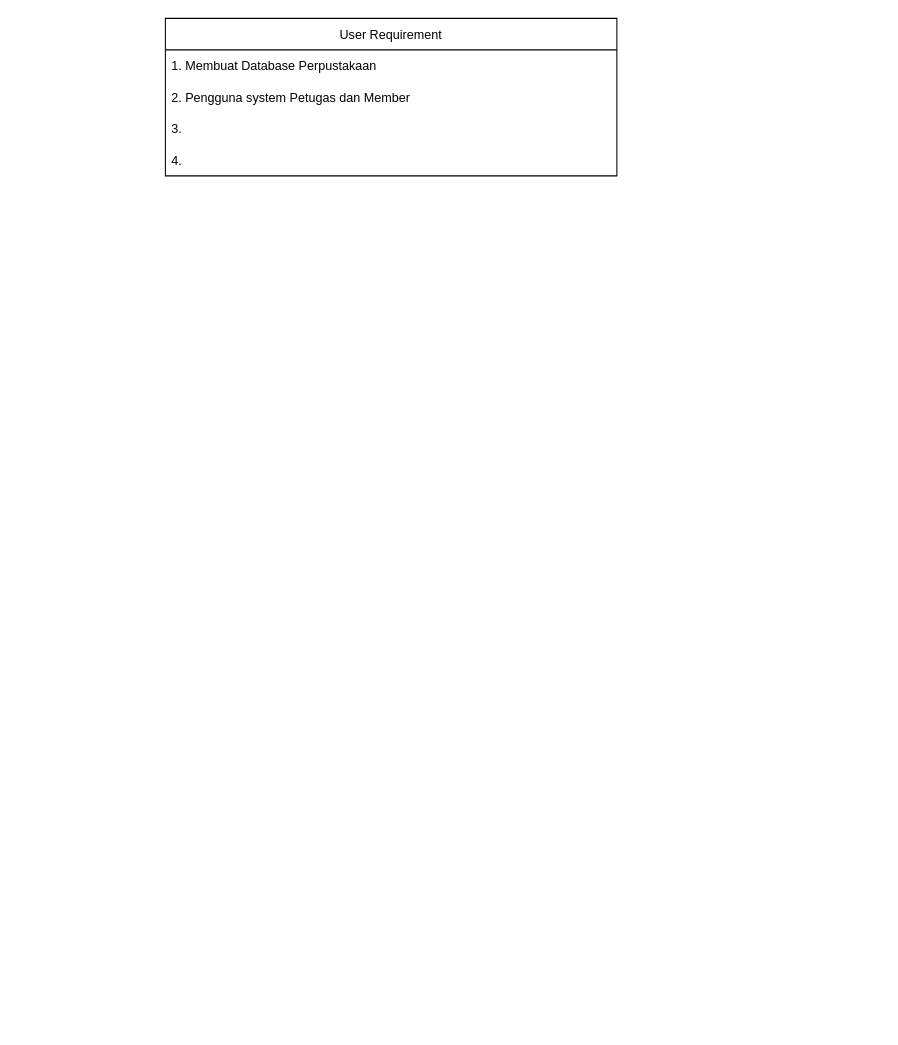
Above: Entity Relationship Diagram.drawio in Ftobiansyah123/ansi-uts (draw.io), before the change. Source tidied: cells renumbered, new cells numbered last; positions are measured from the earlier drawing's top-left corner, leaving out a move shared by most shapes. Both pictures are drawn from the tidied source at 105%, with x=0, y=0 at pixel (165, 18).
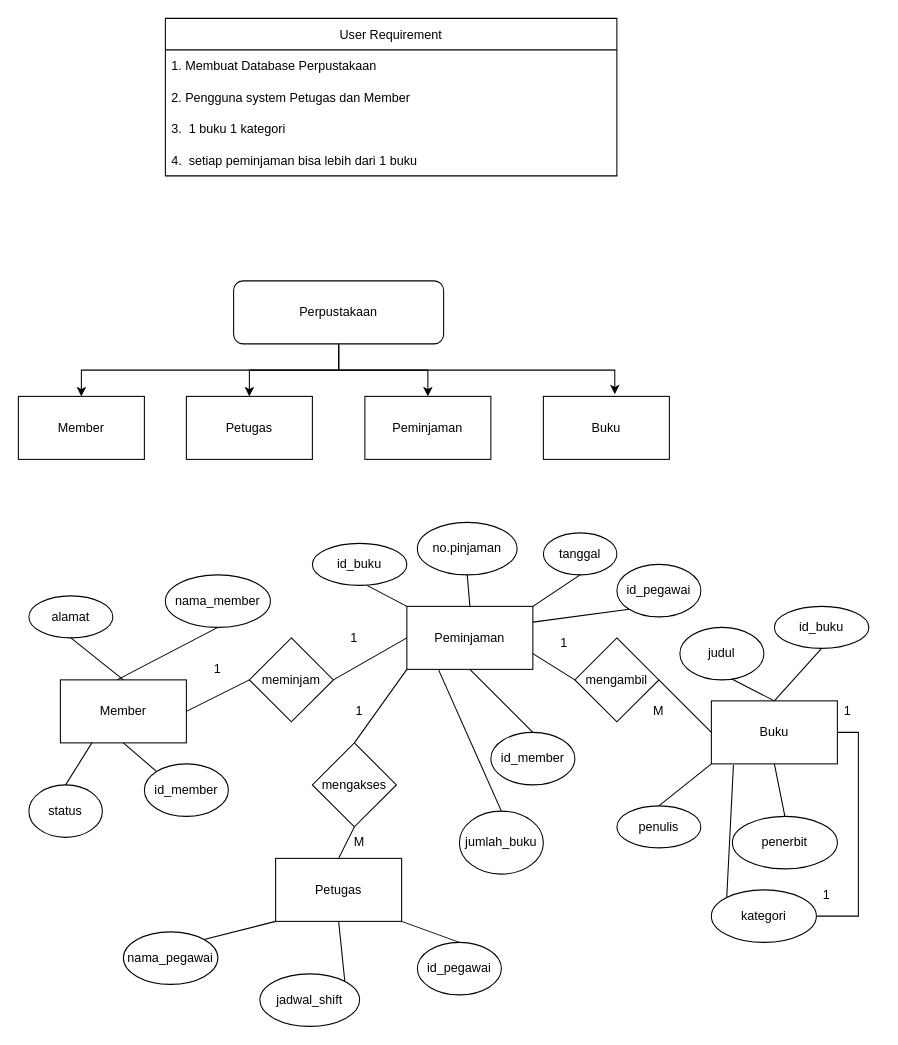
Above is the later version.

The change refers to these unchanged cells:
```xml
<mxCell id="2" value="User Requirement" style="swimlane;fontStyle=0;horizontal=1;startSize=30;fontColor=default;fillColor=default;strokeColor=default;" parent="1" vertex="1">
  <mxGeometry width="430" height="150" as="geometry" />
</mxCell>
```

What changed in the source:
```diff
@@
-    <mxCell id="5" value="3.    " style="text;strokeColor=none;fillColor=none;align=left;verticalAlign=middle;spacingLeft=4;spacingRight=4;overflow=hidden;fontColor=default;" parent="2" vertex="1">
+    <mxCell id="5" value="3.  1 buku 1 kategori" style="text;strokeColor=none;fillColor=none;align=left;verticalAlign=middle;spacingLeft=4;spacingRight=4;overflow=hidden;fontColor=default;" parent="2" vertex="1">
       <mxGeometry y="90" width="430" height="30" as="geometry" />
     </mxCell>
-    <mxCell id="6" value="4.    " style="text;strokeColor=none;fillColor=none;align=left;verticalAlign=middle;spacingLeft=4;spacingRight=4;overflow=hidden;fontColor=default;" parent="2" vertex="1">
+    <mxCell id="6" value="4.  setiap peminjaman bisa lebih dari 1 buku" style="text;strokeColor=none;fillColor=none;align=left;verticalAlign=middle;spacingLeft=4;spacingRight=4;overflow=hidden;fontColor=default;" parent="2" vertex="1">
       <mxGeometry y="120" width="430" height="30" as="geometry" />
     </mxCell>
+    <mxCell id="7" style="edgeStyle=orthogonalEdgeStyle;rounded=0;jettySize=auto;html=1;exitX=0.5;exitY=1;exitDx=0;exitDy=0;entryX=0.5;entryY=0;entryDx=0;entryDy=0;fontColor=default;" parent="1" edge="1" source="11" target="12">
+      <mxGeometry relative="1" as="geometry" />
+    </mxCell>
+    <mxCell id="8" style="edgeStyle=orthogonalEdgeStyle;rounded=0;jettySize=auto;html=1;exitX=0.5;exitY=1;exitDx=0;exitDy=0;entryX=0.5;entryY=0;entryDx=0;entryDy=0;fontColor=default;" parent="1" edge="1" source="11" target="13">
+      <mxGeometry relative="1" as="geometry" />
+    </mxCell>
+    <mxCell id="9" style="edgeStyle=orthogonalEdgeStyle;rounded=0;jettySize=auto;html=1;exitX=0.5;exitY=1;exitDx=0;exitDy=0;entryX=0.5;entryY=0;entryDx=0;entryDy=0;fontColor=default;" parent="1" edge="1" source="11" target="14">
+      <mxGeometry relative="1" as="geometry" />
+    </mxCell>
+    <mxCell id="10" style="edgeStyle=orthogonalEdgeStyle;rounded=0;jettySize=auto;html=1;exitX=0.5;exitY=1;exitDx=0;exitDy=0;entryX=0.567;entryY=-0.033;entryDx=0;entryDy=0;entryPerimeter=0;fontColor=default;" parent="1" edge="1" source="11" target="15">
+      <mxGeometry relative="1" as="geometry" />
+    </mxCell>
+    <mxCell id="11" value="Perpustakaan" style="rounded=1;whiteSpace=wrap;html=1;fontColor=default;fillColor=default;strokeColor=default;" parent="1" vertex="1">
+      <mxGeometry x="65" y="250" width="200" height="60" as="geometry" />
+    </mxCell>
+    <mxCell id="12" value="Member" style="rounded=0;whiteSpace=wrap;html=1;fontColor=default;strokeColor=default;fillColor=default;" parent="1" vertex="1">
+      <mxGeometry x="-140" y="360" width="120" height="60" as="geometry" />
+    </mxCell>
+    <mxCell id="13" value="Petugas" style="rounded=0;whiteSpace=wrap;html=1;fontColor=default;strokeColor=default;fillColor=default;" parent="1" vertex="1">
+      <mxGeometry x="20" y="360" width="120" height="60" as="geometry" />
+    </mxCell>
+    <mxCell id="14" value="Peminjaman" style="rounded=0;whiteSpace=wrap;html=1;fontColor=default;strokeColor=default;fillColor=default;" parent="1" vertex="1">
+      <mxGeometry x="190" y="360" width="120" height="60" as="geometry" />
+    </mxCell>
+    <mxCell id="15" value="Buku" style="rounded=0;whiteSpace=wrap;html=1;fontColor=default;strokeColor=default;fillColor=default;" parent="1" vertex="1">
+      <mxGeometry x="360" y="360" width="120" height="60" as="geometry" />
+    </mxCell>
+    <mxCell id="16" value="Member" style="rounded=0;whiteSpace=wrap;html=1;fontColor=default;strokeColor=default;fillColor=default;" parent="1" vertex="1">
+      <mxGeometry x="-100" y="630" width="120" height="60" as="geometry" />
+    </mxCell>
+    <mxCell id="17" value="Petugas" style="rounded=0;whiteSpace=wrap;html=1;fontColor=default;strokeColor=default;fillColor=default;" parent="1" vertex="1">
+      <mxGeometry x="105" y="800" width="120" height="60" as="geometry" />
+    </mxCell>
+    <mxCell id="18" value="Peminjaman" style="rounded=0;whiteSpace=wrap;html=1;fontColor=default;strokeColor=default;fillColor=default;" parent="1" vertex="1">
+      <mxGeometry x="230" y="560" width="120" height="60" as="geometry" />
+    </mxCell>
+    <mxCell id="19" value="Buku" style="rounded=0;whiteSpace=wrap;html=1;fontColor=default;strokeColor=default;fillColor=default;" parent="1" vertex="1">
+      <mxGeometry x="520" y="650" width="120" height="60" as="geometry" />
+    </mxCell>
+    <mxCell id="20" value="id_member" style="ellipse;whiteSpace=wrap;html=1;fontColor=default;strokeColor=default;fillColor=default;" parent="1" vertex="1">
+      <mxGeometry x="-20" y="710" width="80" height="50" as="geometry" />
+    </mxCell>
+    <mxCell id="21" style="endArrow=none;html=1;rounded=0;fontColor=default;entryX=0;entryY=0;entryDx=0;entryDy=0;strokeColor=default;labelBackgroundColor=default;exitX=0.5;exitY=1;exitDx=0;exitDy=0;" parent="1" edge="1" source="16" target="20">
+      <mxGeometry relative="1" as="geometry" />
+    </mxCell>
+    <mxCell id="22" value="nama_member" style="ellipse;whiteSpace=wrap;html=1;fontColor=default;strokeColor=default;fillColor=default;" parent="1" vertex="1">
+      <mxGeometry y="530" width="100" height="50" as="geometry" />
+    </mxCell>
+    <mxCell id="23" style="endArrow=none;html=1;rounded=0;labelBackgroundColor=default;fontColor=default;strokeColor=default;entryX=0.5;entryY=1;entryDx=0;entryDy=0;exitX=0.45;exitY=0;exitDx=0;exitDy=0;exitPerimeter=0;" parent="1" edge="1" source="16" target="22">
+      <mxGeometry relative="1" as="geometry" />
+    </mxCell>
+    <mxCell id="24" value="alamat" style="ellipse;whiteSpace=wrap;html=1;fontColor=default;strokeColor=default;fillColor=default;" parent="1" vertex="1">
+      <mxGeometry x="-130" y="550" width="80" height="40" as="geometry" />
+    </mxCell>
+    <mxCell id="25" value="status" style="ellipse;whiteSpace=wrap;html=1;fontColor=default;strokeColor=default;fillColor=default;" parent="1" vertex="1">
+      <mxGeometry x="-130" y="730" width="70" height="50" as="geometry" />
+    </mxCell>
+    <mxCell id="26" style="endArrow=none;html=1;rounded=0;labelBackgroundColor=default;fontColor=default;strokeColor=default;entryX=0.25;entryY=1;entryDx=0;entryDy=0;exitX=0.5;exitY=0;exitDx=0;exitDy=0;" parent="1" edge="1" source="25" target="16">
+      <mxGeometry relative="1" as="geometry" />
+    </mxCell>
+    <mxCell id="27" style="endArrow=none;html=1;rounded=0;labelBackgroundColor=default;fontColor=default;strokeColor=default;entryX=0.5;entryY=1;entryDx=0;entryDy=0;exitX=0.5;exitY=0;exitDx=0;exitDy=0;" parent="1" edge="1" source="16" target="24">
+      <mxGeometry relative="1" as="geometry" />
+    </mxCell>
+    <mxCell id="28" value="id_pegawai" style="ellipse;whiteSpace=wrap;html=1;fontColor=default;strokeColor=default;fillColor=default;" parent="1" vertex="1">
+      <mxGeometry x="240" y="880" width="80" height="50" as="geometry" />
+    </mxCell>
+    <mxCell id="29" value="nama_pegawai" style="ellipse;whiteSpace=wrap;html=1;fontColor=default;strokeColor=default;fillColor=default;" parent="1" vertex="1">
+      <mxGeometry x="-40" y="870" width="90" height="50" as="geometry" />
+    </mxCell>
+    <mxCell id="30" value="jadwal_shift" style="ellipse;whiteSpace=wrap;html=1;fontColor=default;strokeColor=default;fillColor=default;" parent="1" vertex="1">
+      <mxGeometry x="90" y="910" width="95" height="50" as="geometry" />
+    </mxCell>
+    <mxCell id="31" style="endArrow=none;html=1;rounded=0;labelBackgroundColor=default;fontColor=default;strokeColor=default;entryX=0;entryY=1;entryDx=0;entryDy=0;exitX=1;exitY=0;exitDx=0;exitDy=0;" parent="1" edge="1" source="29" target="17">
+      <mxGeometry relative="1" as="geometry" />
+    </mxCell>
+    <mxCell id="32" style="endArrow=none;html=1;rounded=0;labelBackgroundColor=default;fontColor=default;strokeColor=default;entryX=0.5;entryY=1;entryDx=0;entryDy=0;exitX=1;exitY=0;exitDx=0;exitDy=0;" parent="1" edge="1" source="30" target="17">
+      <mxGeometry relative="1" as="geometry" />
+    </mxCell>
+    <mxCell id="33" style="endArrow=none;html=1;rounded=0;labelBackgroundColor=default;fontColor=default;strokeColor=default;entryX=1;entryY=1;entryDx=0;entryDy=0;exitX=0.5;exitY=0;exitDx=0;exitDy=0;" parent="1" edge="1" source="28" target="17">
+      <mxGeometry relative="1" as="geometry" />
+    </mxCell>
+    <mxCell id="34" value="no.pinjaman" style="ellipse;whiteSpace=wrap;html=1;fontColor=default;strokeColor=default;fillColor=default;" parent="1" vertex="1">
+      <mxGeometry x="240" y="480" width="95" height="50" as="geometry" />
+    </mxCell>
+    <mxCell id="35" value="tanggal" style="ellipse;whiteSpace=wrap;html=1;fontColor=default;strokeColor=default;fillColor=default;" parent="1" vertex="1">
+      <mxGeometry x="360" y="490" width="70" height="40" as="geometry" />
+    </mxCell>
+    <mxCell id="36" value="jumlah_buku" style="ellipse;whiteSpace=wrap;html=1;fontColor=default;strokeColor=default;fillColor=default;" parent="1" vertex="1">
+      <mxGeometry x="280" y="755" width="80" height="60" as="geometry" />
+    </mxCell>
+    <mxCell id="37" value="id_pegawai" style="ellipse;whiteSpace=wrap;html=1;fontColor=default;strokeColor=default;fillColor=default;" parent="1" vertex="1">
+      <mxGeometry x="430" y="520" width="80" height="50" as="geometry" />
+    </mxCell>
+    <mxCell id="38" value="id_member" style="ellipse;whiteSpace=wrap;html=1;fontColor=default;strokeColor=default;fillColor=default;" parent="1" vertex="1">
+      <mxGeometry x="310" y="680" width="80" height="50" as="geometry" />
+    </mxCell>
+    <mxCell id="39" value="id_buku" style="ellipse;whiteSpace=wrap;html=1;fontColor=default;strokeColor=default;fillColor=default;" parent="1" vertex="1">
+      <mxGeometry x="580" y="560" width="90" height="40" as="geometry" />
+    </mxCell>
+    <mxCell id="40" value="id_buku" style="ellipse;whiteSpace=wrap;html=1;fontColor=default;strokeColor=default;fillColor=default;" parent="1" vertex="1">
+      <mxGeometry x="140" y="500" width="90" height="40" as="geometry" />
+    </mxCell>
+    <mxCell id="41" value="judul" style="ellipse;whiteSpace=wrap;html=1;fontColor=default;strokeColor=default;fillColor=default;" parent="1" vertex="1">
+      <mxGeometry x="490" y="580" width="80" height="50" as="geometry" />
+    </mxCell>
+    <mxCell id="42" value="penulis" style="ellipse;whiteSpace=wrap;html=1;fontColor=default;strokeColor=default;fillColor=default;" parent="1" vertex="1">
+      <mxGeometry x="430" y="750" width="80" height="40" as="geometry" />
+    </mxCell>
+    <mxCell id="43" value="penerbit" style="ellipse;whiteSpace=wrap;html=1;fontColor=default;strokeColor=default;fillColor=default;" parent="1" vertex="1">
+      <mxGeometry x="540" y="760" width="100" height="50" as="geometry" />
+    </mxCell>
+    <mxCell id="44" value="kategori" style="ellipse;whiteSpace=wrap;html=1;fontColor=default;strokeColor=default;fillColor=default;" parent="1" vertex="1">
+      <mxGeometry x="520" y="830" width="100" height="50" as="geometry" />
+    </mxCell>
+    <mxCell id="45" style="endArrow=none;html=1;rounded=0;labelBackgroundColor=default;fontColor=default;strokeColor=default;entryX=0.5;entryY=1;entryDx=0;entryDy=0;exitX=0.5;exitY=0;exitDx=0;exitDy=0;" parent="1" edge="1" source="38" target="18">
+      <mxGeometry relative="1" as="geometry" />
+    </mxCell>
+    <mxCell id="46" style="endArrow=none;html=1;rounded=0;labelBackgroundColor=default;fontColor=default;strokeColor=default;entryX=0.25;entryY=1;entryDx=0;entryDy=0;exitX=0.5;exitY=0;exitDx=0;exitDy=0;" parent="1" edge="1" source="36" target="18">
+      <mxGeometry relative="1" as="geometry" />
+    </mxCell>
+    <mxCell id="47" style="endArrow=none;html=1;rounded=0;labelBackgroundColor=default;fontColor=default;strokeColor=default;entryX=0;entryY=1;entryDx=0;entryDy=0;exitX=1;exitY=0.25;exitDx=0;exitDy=0;" parent="1" edge="1" source="18" target="37">
+      <mxGeometry relative="1" as="geometry" />
+    </mxCell>
+    <mxCell id="48" style="endArrow=none;html=1;rounded=0;labelBackgroundColor=default;fontColor=default;strokeColor=default;entryX=0.5;entryY=1;entryDx=0;entryDy=0;exitX=1;exitY=0;exitDx=0;exitDy=0;" parent="1" edge="1" source="18" target="35">
+      <mxGeometry relative="1" as="geometry" />
+    </mxCell>
+    <mxCell id="49" style="endArrow=none;html=1;rounded=0;labelBackgroundColor=default;fontColor=default;strokeColor=default;entryX=0.5;entryY=1;entryDx=0;entryDy=0;exitX=0.5;exitY=0;exitDx=0;exitDy=0;" parent="1" edge="1" source="18" target="34">
+      <mxGeometry relative="1" as="geometry" />
+    </mxCell>
+    <mxCell id="50" style="endArrow=none;html=1;rounded=0;labelBackgroundColor=default;fontColor=default;strokeColor=default;entryX=0.578;entryY=1;entryDx=0;entryDy=0;exitX=0;exitY=0;exitDx=0;exitDy=0;entryPerimeter=0;" parent="1" edge="1" source="18" target="40">
+      <mxGeometry relative="1" as="geometry" />
+    </mxCell>
+    <mxCell id="51" style="endArrow=none;html=1;rounded=0;labelBackgroundColor=default;fontColor=default;strokeColor=default;entryX=0.5;entryY=0;entryDx=0;entryDy=0;exitX=0;exitY=1;exitDx=0;exitDy=0;" parent="1" edge="1" source="19" target="42">
+      <mxGeometry relative="1" as="geometry" />
+    </mxCell>
+    <mxCell id="52" style="endArrow=none;html=1;rounded=0;labelBackgroundColor=default;fontColor=default;strokeColor=default;entryX=0.5;entryY=0;entryDx=0;entryDy=0;exitX=0.5;exitY=1;exitDx=0;exitDy=0;" parent="1" edge="1" source="19" target="43">
+      <mxGeometry relative="1" as="geometry" />
+    </mxCell>
+    <mxCell id="53" style="endArrow=none;html=1;rounded=0;labelBackgroundColor=default;fontColor=default;strokeColor=default;entryX=0.5;entryY=0;entryDx=0;entryDy=0;exitX=0.613;exitY=0.98;exitDx=0;exitDy=0;exitPerimeter=0;" parent="1" edge="1" source="41" target="19">
+      <mxGeometry relative="1" as="geometry" />
+    </mxCell>
+    <mxCell id="54" style="endArrow=none;html=1;rounded=0;labelBackgroundColor=default;fontColor=default;strokeColor=default;entryX=0.5;entryY=0;entryDx=0;entryDy=0;exitX=0.5;exitY=1;exitDx=0;exitDy=0;" parent="1" edge="1" source="39" target="19">
+      <mxGeometry relative="1" as="geometry" />
+    </mxCell>
+    <mxCell id="55" style="endArrow=none;html=1;rounded=0;labelBackgroundColor=default;fontColor=default;strokeColor=default;entryX=0;entryY=0;entryDx=0;entryDy=0;exitX=0.175;exitY=1.017;exitDx=0;exitDy=0;exitPerimeter=0;" parent="1" edge="1" source="19" target="44">
+      <mxGeometry relative="1" as="geometry" />
+    </mxCell>
+    <mxCell id="56" style="endArrow=none;html=1;rounded=0;labelBackgroundColor=default;fontColor=default;strokeColor=default;entryX=1;entryY=0.5;entryDx=0;entryDy=0;exitX=1;exitY=0.5;exitDx=0;exitDy=0;" parent="1" edge="1" source="19" target="44">
+      <mxGeometry relative="1" as="geometry">
+        <Array as="points">
+          <mxPoint x="660" y="680" />
+          <mxPoint x="660" y="855" />
+        </Array>
+      </mxGeometry>
+    </mxCell>
+    <mxCell id="57" value="meminjam" style="rhombus;whiteSpace=wrap;html=1;fillColor=default;strokeColor=default;fontColor=default;" parent="1" vertex="1">
+      <mxGeometry x="80" y="590" width="80" height="80" as="geometry" />
+    </mxCell>
+    <mxCell id="58" value="mengakses" style="rhombus;whiteSpace=wrap;html=1;fontColor=default;strokeColor=default;fillColor=default;" parent="1" vertex="1">
+      <mxGeometry x="140" y="690" width="80" height="80" as="geometry" />
+    </mxCell>
+    <mxCell id="59" value="mengambil" style="rhombus;whiteSpace=wrap;html=1;fontColor=default;strokeColor=default;fillColor=default;" parent="1" vertex="1">
+      <mxGeometry x="390" y="590" width="80" height="80" as="geometry" />
+    </mxCell>
+    <mxCell id="60" style="endArrow=none;html=1;rounded=0;fontColor=default;entryX=1;entryY=0.5;entryDx=0;entryDy=0;strokeColor=default;labelBackgroundColor=default;exitX=0;exitY=0.5;exitDx=0;exitDy=0;" parent="1" edge="1" source="57" target="16">
+      <mxGeometry relative="1" as="geometry" />
+    </mxCell>
+    <mxCell id="61" style="endArrow=none;html=1;rounded=0;labelBackgroundColor=default;fontColor=default;strokeColor=default;exitX=1;exitY=0.5;exitDx=0;exitDy=0;entryX=0;entryY=0.5;entryDx=0;entryDy=0;" parent="1" edge="1" source="57" target="18">
+      <mxGeometry relative="1" as="geometry" />
+    </mxCell>
+    <mxCell id="62" style="endArrow=none;html=1;rounded=0;labelBackgroundColor=default;fontColor=default;strokeColor=default;entryX=0.5;entryY=1;entryDx=0;entryDy=0;exitX=0.5;exitY=0;exitDx=0;exitDy=0;" parent="1" edge="1" source="17" target="58">
+      <mxGeometry relative="1" as="geometry" />
+    </mxCell>
+    <mxCell id="63" style="endArrow=none;html=1;rounded=0;labelBackgroundColor=default;fontColor=default;strokeColor=default;entryX=0;entryY=1;entryDx=0;entryDy=0;exitX=0.5;exitY=0;exitDx=0;exitDy=0;" parent="1" edge="1" source="58" target="18">
+      <mxGeometry relative="1" as="geometry" />
+    </mxCell>
+    <mxCell id="64" style="endArrow=none;html=1;rounded=0;labelBackgroundColor=default;fontColor=default;strokeColor=default;entryX=1;entryY=0.75;entryDx=0;entryDy=0;exitX=0;exitY=0.5;exitDx=0;exitDy=0;" parent="1" edge="1" source="59" target="18">
+      <mxGeometry relative="1" as="geometry" />
+    </mxCell>
+    <mxCell id="65" style="endArrow=none;html=1;rounded=0;labelBackgroundColor=default;fontColor=default;strokeColor=default;entryX=1;entryY=0.5;entryDx=0;entryDy=0;exitX=0;exitY=0.5;exitDx=0;exitDy=0;" parent="1" edge="1" source="19" target="59">
+      <mxGeometry relative="1" as="geometry" />
+    </mxCell>
+    <mxCell id="66" value="1" style="text;html=1;strokeColor=none;fillColor=none;align=center;verticalAlign=middle;whiteSpace=wrap;rounded=0;fontColor=default;" parent="1" vertex="1">
+      <mxGeometry x="600" y="820" width="60" height="30" as="geometry" />
+    </mxCell>
+    <mxCell id="67" value="1" style="text;html=1;strokeColor=none;fillColor=none;align=center;verticalAlign=middle;whiteSpace=wrap;rounded=0;fontColor=default;" parent="1" vertex="1">
+      <mxGeometry x="620" y="645" width="60" height="30" as="geometry" />
+    </mxCell>
+    <mxCell id="68" value="1" style="text;html=1;strokeColor=none;fillColor=none;align=center;verticalAlign=middle;whiteSpace=wrap;rounded=0;fontColor=default;" parent="1" vertex="1">
+      <mxGeometry x="155" y="645" width="60" height="30" as="geometry" />
+    </mxCell>
+    <mxCell id="69" value="1" style="text;html=1;strokeColor=none;fillColor=none;align=center;verticalAlign=middle;whiteSpace=wrap;rounded=0;fontColor=default;" parent="1" vertex="1">
+      <mxGeometry x="150" y="575" width="60" height="30" as="geometry" />
+    </mxCell>
+    <mxCell id="70" value="1" style="text;html=1;strokeColor=none;fillColor=none;align=center;verticalAlign=middle;whiteSpace=wrap;rounded=0;fontColor=default;" parent="1" vertex="1">
+      <mxGeometry x="20" y="605" width="60" height="30" as="geometry" />
+    </mxCell>
+    <mxCell id="71" value="1" style="text;html=1;strokeColor=none;fillColor=none;align=center;verticalAlign=middle;whiteSpace=wrap;rounded=0;fontColor=default;" parent="1" vertex="1">
+      <mxGeometry x="350" y="580" width="60" height="30" as="geometry" />
+    </mxCell>
+    <mxCell id="72" value="M" style="text;html=1;strokeColor=none;fillColor=none;align=center;verticalAlign=middle;whiteSpace=wrap;rounded=0;fontColor=default;" parent="1" vertex="1">
+      <mxGeometry x="155" y="770" width="60" height="30" as="geometry" />
+    </mxCell>
+    <mxCell id="73" value="M" style="text;html=1;strokeColor=none;fillColor=none;align=center;verticalAlign=middle;whiteSpace=wrap;rounded=0;fontColor=default;" parent="1" vertex="1">
+      <mxGeometry x="440" y="645" width="60" height="30" as="geometry" />
+    </mxCell>
```
